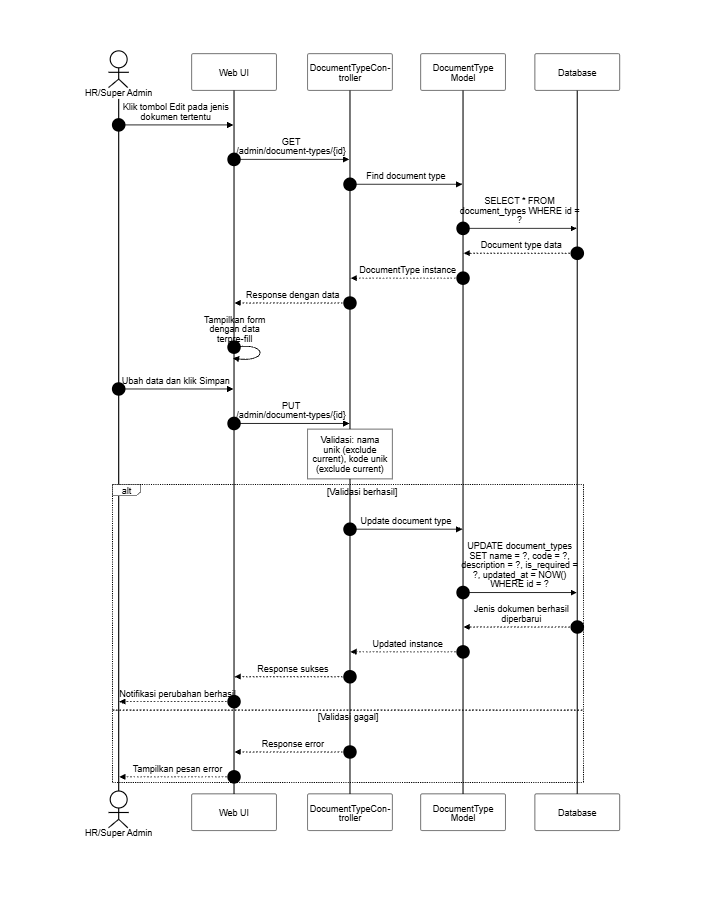
SulaimanHafi23/SimpegRSHDI keeps this Mermaid diagram as docs/SequenceDiagram/PNG_Transparent/KelolaJenisDokumen-Ubah.png. Above is the earlier version. Its source is kept beside it as docs/SequenceDiagram/KelolaJenisDokumen-Ubah.mermaid.
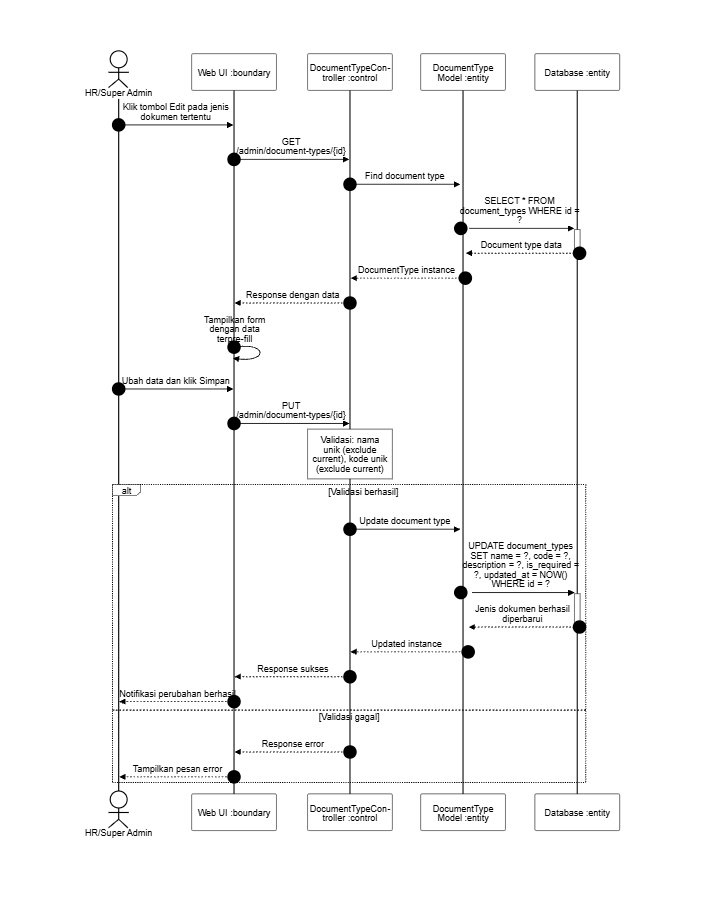
The same file after the commit.

The edit, as a diff of the source:
```diff
@@ -6,16 +6,16 @@
 sequenceDiagram
     autonumber
     actor HR as HR/Super Admin
-    participant UI as Web UI
-    participant C as DocumentTypeController
-    participant DT as DocumentType Model
-    participant DB as Database
+    participant UI as Web UI :boundary
+    participant C as DocumentTypeController :control
+    participant DT as DocumentType Model :entity
+    participant DB as Database :entity
 
     HR->>UI: Klik tombol Edit pada jenis dokumen tertentu
     UI->>C: GET /admin/document-types/{id}
-    C->>DT: Find document type
-    DT->>DB: SELECT * FROM document_types WHERE id = ?
-    DB-->>DT: Document type data
+    C->>+DT: Find document type
+    DT->>+DB: SELECT * FROM document_types WHERE id = ?
+    DB-->>-DT: Document type data
     DT-->>C: DocumentType instance
     C-->>UI: Response dengan data
     UI->>UI: Tampilkan form dengan data terpre-fill
@@ -23,9 +23,9 @@
     UI->>C: PUT /admin/document-types/{id}
     note over C: Validasi: nama unik (exclude current), kode unik (exclude current)
     alt Validasi berhasil
-        C->>DT: Update document type
-        DT->>DB: UPDATE document_types SET name = ?, code = ?, description = ?, is_required = ?, updated_at = NOW() WHERE id = ?
-        DB-->>DT: Jenis dokumen berhasil diperbarui
+        C->>+DT: Update document type
+        DT->>+DB: UPDATE document_types SET name = ?, code = ?, description = ?, is_required = ?, updated_at = NOW() WHERE id = ?
+        DB-->>-DT: Jenis dokumen berhasil diperbarui
         DT-->>C: Updated instance
         C-->>UI: Response sukses
         UI-->>HR: Notifikasi perubahan berhasil
```
